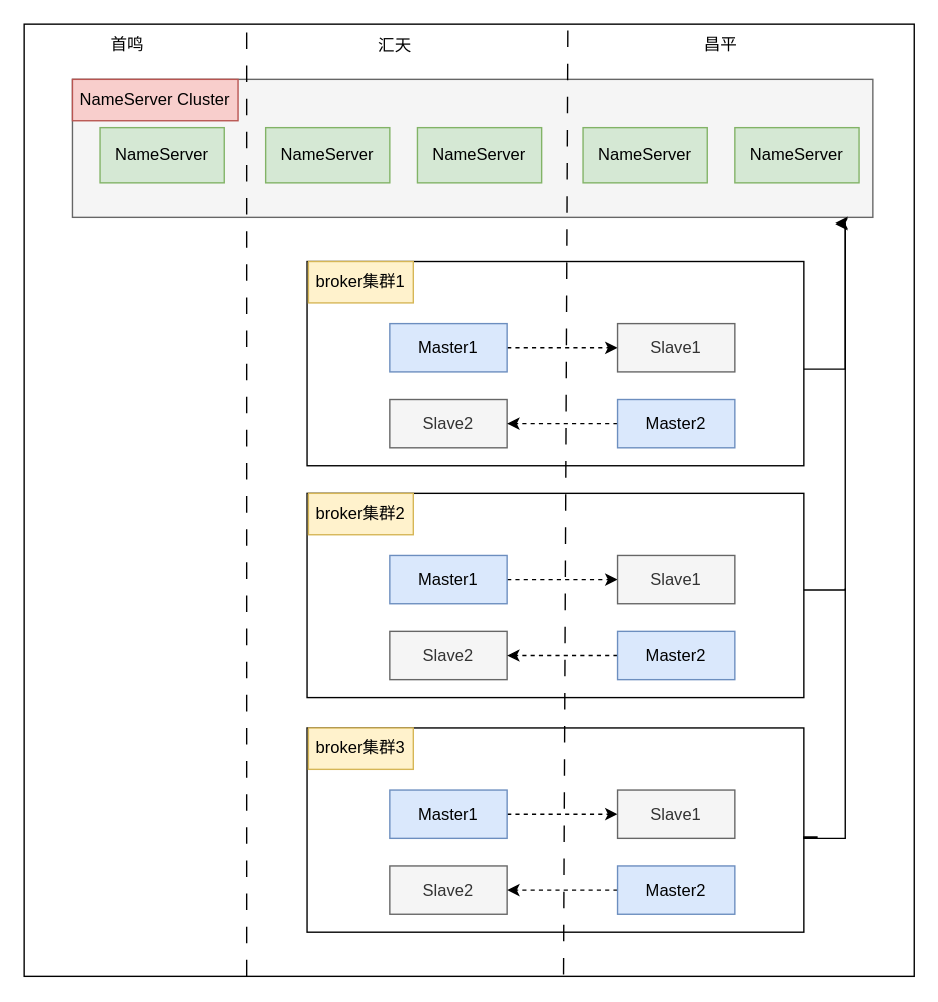
Earlier version of the draw.io diagram RMQ.drawio (qiangyin/zipkin-server). Source tidied: cells renumbered, new cells numbered last; positions are measured from the earlier drawing's top-left corner, leaving out a move shared by most shapes. Both pictures are drawn from the tidied source at 138%, with x=0, y=0 at pixel (23, 23).
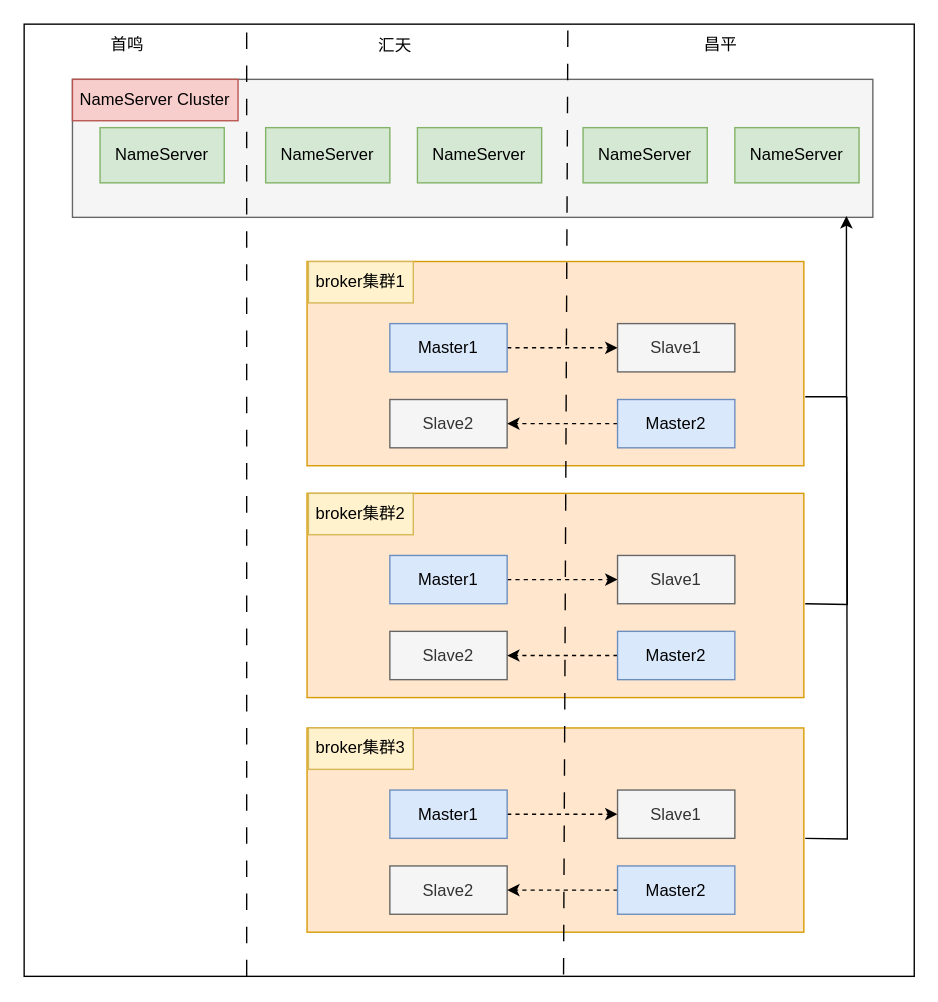
After the change.

Unchanged cells that the change refers to:
```xml
<mxCell id="6" style="rounded=0;whiteSpace=wrap;html=1;fillColor=#f5f5f5;fontColor=#333333;strokeColor=#666666;" parent="1" vertex="1">
  <mxGeometry x="35" y="40" width="580" height="100" as="geometry" />
</mxCell>
```

The edit, as a diff of the source:
```diff
@@
-    <mxCell id="13" style="rounded=0;whiteSpace=wrap;html=1;" parent="1" vertex="1">
+    <mxCell id="13" style="rounded=0;whiteSpace=wrap;html=1;fillColor=#ffe6cc;strokeColor=#d79b00;" parent="1" vertex="1">
       <mxGeometry x="205" y="172" width="360" height="148" as="geometry" />
     </mxCell>
@@
-    <mxCell id="22" style="rounded=0;whiteSpace=wrap;html=1;" parent="1" vertex="1">
+    <mxCell id="22" style="rounded=0;whiteSpace=wrap;html=1;fillColor=#ffe6cc;strokeColor=#d79b00;" parent="1" vertex="1">
       <mxGeometry x="205" y="340" width="360" height="148" as="geometry" />
     </mxCell>
@@
-    <mxCell id="30" style="rounded=0;whiteSpace=wrap;html=1;" parent="1" vertex="1">
+    <mxCell id="30" style="rounded=0;whiteSpace=wrap;html=1;fillColor=#ffe6cc;strokeColor=#d79b00;" parent="1" vertex="1">
       <mxGeometry x="205" y="510" width="360" height="148" as="geometry" />
     </mxCell>
@@
-    <mxCell id="39" style="endArrow=classic;html=1;rounded=0;entryX=0.953;entryY=1.04;entryDx=0;entryDy=0;entryPerimeter=0;edgeStyle=orthogonalEdgeStyle;" parent="1" edge="1" target="6">
-      <mxGeometry relative="1" as="geometry">
-        <mxPoint x="565" y="250" as="sourcePoint" />
-        <Array as="points">
-          <mxPoint x="595" y="250" />
-          <mxPoint x="595" y="144" />
-        </Array>
-      </mxGeometry>
-    </mxCell>
-    <mxCell id="40" style="endArrow=classic;html=1;rounded=0;entryX=0.953;entryY=1.05;entryDx=0;entryDy=0;entryPerimeter=0;edgeStyle=orthogonalEdgeStyle;" parent="1" edge="1" target="6">
-      <mxGeometry relative="1" as="geometry">
-        <mxPoint x="565" y="410" as="sourcePoint" />
-        <Array as="points">
-          <mxPoint x="595" y="410" />
-          <mxPoint x="595" y="145" />
-        </Array>
-      </mxGeometry>
-    </mxCell>
-    <mxCell id="41" style="endArrow=none;html=1;rounded=0;edgeStyle=orthogonalEdgeStyle;" parent="1" edge="1">
-      <mxGeometry relative="1" as="geometry">
-        <mxPoint x="575" y="589" as="sourcePoint" />
-        <mxPoint x="595" y="409" as="targetPoint" />
-        <Array as="points">
-          <mxPoint x="565" y="589" />
-          <mxPoint x="565" y="590" />
-          <mxPoint x="595" y="590" />
-        </Array>
-      </mxGeometry>
-    </mxCell>
+    <mxCell id="42" style="endArrow=classic;html=1;rounded=0;entryX=0.967;entryY=0.99;entryDx=0;entryDy=0;entryPerimeter=0;edgeStyle=orthogonalEdgeStyle;" parent="1" edge="1" target="6">
+      <mxGeometry relative="1" as="geometry">
+        <mxPoint x="566" y="270" as="sourcePoint" />
+        <Array as="points">
+          <mxPoint x="596" y="270" />
+        </Array>
+      </mxGeometry>
+    </mxCell>
+    <mxCell id="43" style="endArrow=none;html=1;rounded=0;edgeStyle=orthogonalEdgeStyle;" parent="1" edge="1">
+      <mxGeometry relative="1" as="geometry">
+        <mxPoint x="566" y="590" as="sourcePoint" />
+        <mxPoint x="596" y="270" as="targetPoint" />
+      </mxGeometry>
+    </mxCell>
+    <mxCell id="44" style="endArrow=none;html=1;rounded=0;edgeStyle=orthogonalEdgeStyle;" parent="1" edge="1">
+      <mxGeometry relative="1" as="geometry">
+        <mxPoint x="566" y="420" as="sourcePoint" />
+        <mxPoint x="596" y="270" as="targetPoint" />
+      </mxGeometry>
+    </mxCell>
```
